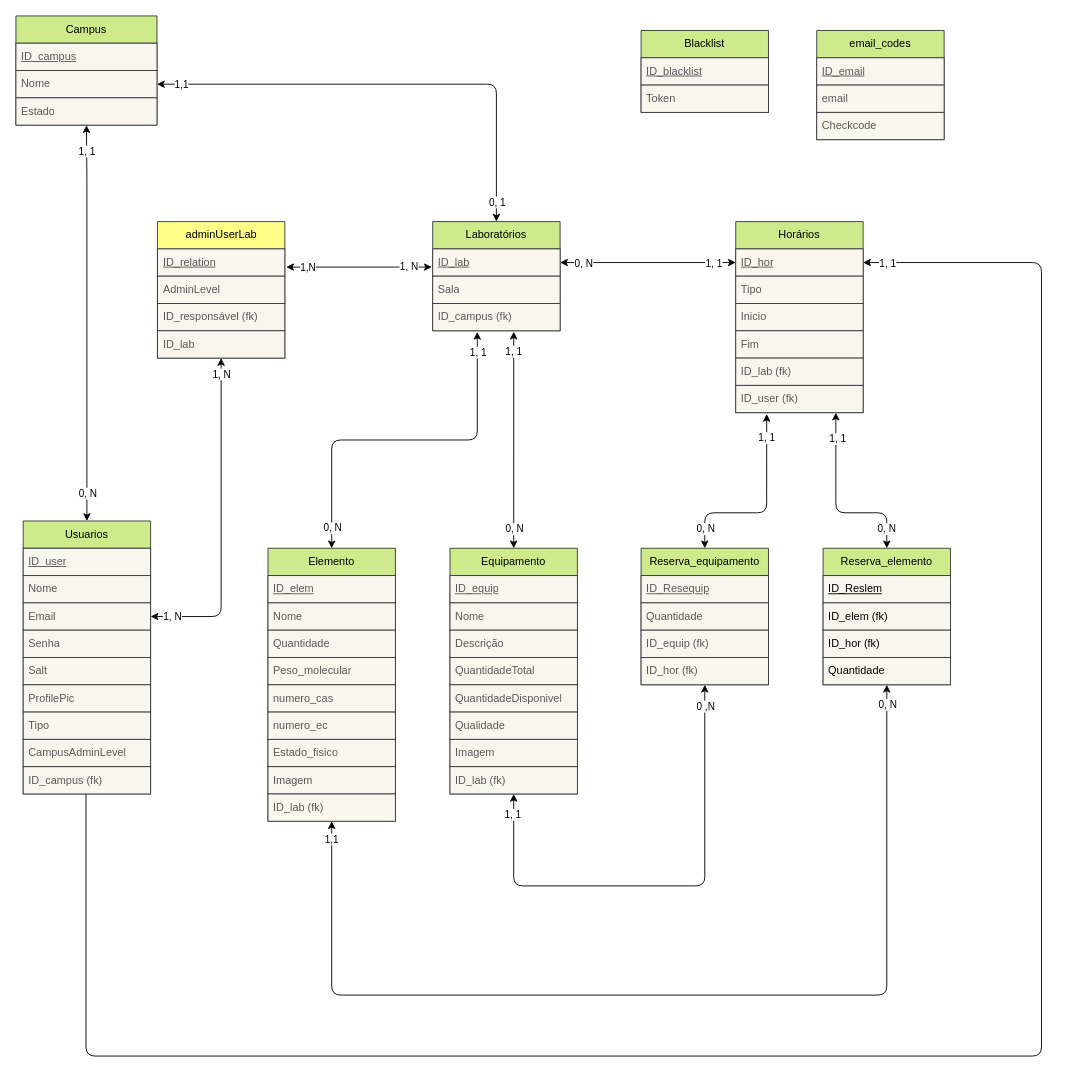
This is database/iflab.drawio from MatheusCamargoGinebro/APIFlab, a draw.io file, before an edit. Source tidied: cells renumbered, new cells numbered last; positions are measured from the earlier drawing's top-left corner, leaving out a move shared by most shapes. Both pictures are drawn from the tidied source at 91%, with x=0, y=0 at pixel (15, 15).
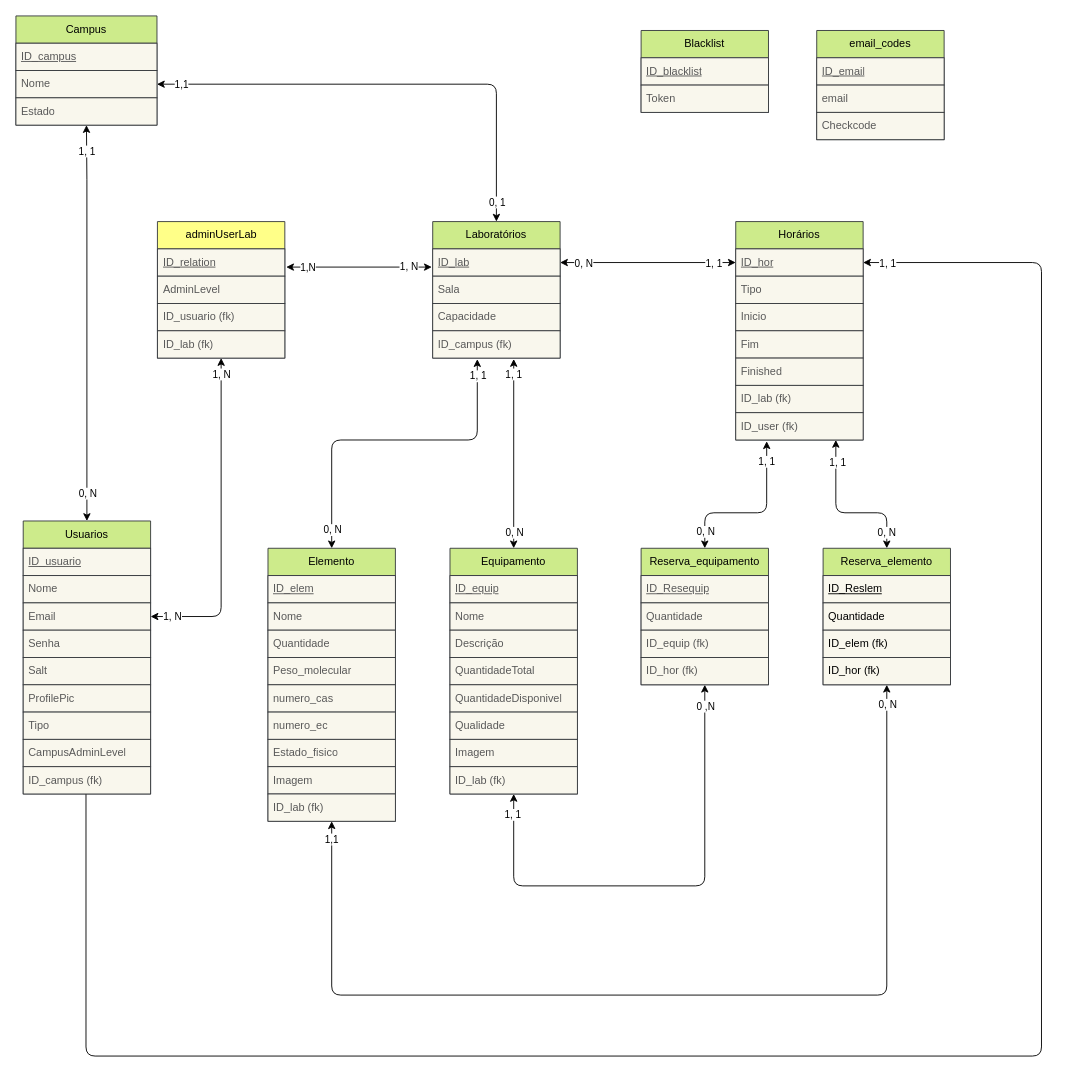
Above is the later version.

Commit message (it also covers changes not shown here):
Add 'Finished' column to reservation table

The change refers to these unchanged cells:
```xml
<mxCell id="8" value="Usuarios" style="swimlane;fontStyle=0;horizontal=1;startSize=30;whiteSpace=wrap;html=1;fillColor=#cdeb8b;strokeColor=#36393d;fontColor=#000000;" parent="1" vertex="1">
  <mxGeometry x="8" y="555" width="140" height="300" as="geometry" />
</mxCell>
<mxCell id="81" value="Reserva_elemento" style="swimlane;fontStyle=0;horizontal=1;startSize=30;whiteSpace=wrap;html=1;fillColor=#cdeb8b;strokeColor=#36393d;fontColor=#000000;" parent="1" vertex="1">
  <mxGeometry x="887" y="585" width="140" height="150" as="geometry" />
</mxCell>
<mxCell id="89" value="adminUserLab" style="swimlane;fontStyle=0;horizontal=1;startSize=30;whiteSpace=wrap;html=1;fillColor=#ffff88;strokeColor=#36393d;fontColor=#000000;" parent="1" vertex="1">
  <mxGeometry x="155.5" y="226" width="140" height="150" as="geometry" />
</mxCell>
```

Change to the diagram source:
```diff
@@
-    <mxCell id="9" value="ID_user" style="text;strokeColor=#36393d;fillColor=#f9f7ed;align=left;verticalAlign=middle;spacingLeft=4;spacingRight=4;overflow=hidden;whiteSpace=wrap;html=1;fontStyle=4;fontColor=#595959;" parent="8" vertex="1">
+    <mxCell id="9" value="ID_usuario" style="text;strokeColor=#36393d;fillColor=#f9f7ed;align=left;verticalAlign=middle;spacingLeft=4;spacingRight=4;overflow=hidden;whiteSpace=wrap;html=1;fontStyle=4;fontColor=#595959;" parent="8" vertex="1">
       <mxGeometry y="30" width="140" height="30" as="geometry" />
     </mxCell>
@@
     <mxCell id="28" value="Laboratórios" style="swimlane;fontStyle=0;horizontal=1;startSize=30;whiteSpace=wrap;html=1;fillColor=#cdeb8b;strokeColor=#36393d;fontColor=#000000;" parent="1" vertex="1">
-      <mxGeometry x="458" y="226" width="140" height="120" as="geometry" />
+      <mxGeometry x="458" y="226" width="140" height="150" as="geometry" />
     </mxCell>
@@
+    <mxCell id="104" value="Capacidade" style="text;strokeColor=#36393d;fillColor=#f9f7ed;align=left;verticalAlign=middle;spacingLeft=4;spacingRight=4;overflow=hidden;whiteSpace=wrap;html=1;fontStyle=0;fontColor=#595959;" parent="28" vertex="1">
+      <mxGeometry y="90" width="140" height="30" as="geometry" />
+    </mxCell>
     <mxCell id="31" value="ID_campus (fk)" style="text;strokeColor=#36393d;fillColor=#f9f7ed;align=left;verticalAlign=middle;spacingLeft=4;spacingRight=4;overflow=hidden;points=[[0,0.5],[1,0.5]];portConstraint=eastwest;whiteSpace=wrap;html=1;fontStyle=0;fontColor=#595959;" parent="28" vertex="1">
-      <mxGeometry y="90" width="140" height="30" as="geometry" />
+      <mxGeometry y="120" width="140" height="30" as="geometry" />
     </mxCell>
@@
     <mxCell id="38" value="Horários" style="swimlane;fontStyle=0;horizontal=1;startSize=30;whiteSpace=wrap;html=1;fillColor=#cdeb8b;strokeColor=#36393d;fontColor=#000000;" parent="1" vertex="1">
-      <mxGeometry x="791" y="226" width="140" height="210" as="geometry" />
+      <mxGeometry x="791" y="226" width="140" height="240" as="geometry" />
     </mxCell>
@@
+    <mxCell id="105" value="Finished" style="text;strokeColor=#36393d;fillColor=#f9f7ed;align=left;verticalAlign=middle;spacingLeft=4;spacingRight=4;overflow=hidden;whiteSpace=wrap;html=1;fontStyle=0;fontColor=#595959;" parent="38" vertex="1">
+      <mxGeometry y="150" width="140" height="30" as="geometry" />
+    </mxCell>
     <mxCell id="43" value="ID_lab (fk)" style="text;strokeColor=#36393d;fillColor=#f9f7ed;align=left;verticalAlign=middle;spacingLeft=4;spacingRight=4;overflow=hidden;whiteSpace=wrap;html=1;fontStyle=0;fontColor=#595959;" parent="38" vertex="1">
-      <mxGeometry y="150" width="140" height="30" as="geometry" />
+      <mxGeometry y="180" width="140" height="30" as="geometry" />
     </mxCell>
     <mxCell id="44" value="ID_user (fk)" style="text;strokeColor=#36393d;fillColor=#f9f7ed;align=left;verticalAlign=middle;spacingLeft=4;spacingRight=4;overflow=hidden;points=[[0,0.5],[1,0.5]];portConstraint=eastwest;whiteSpace=wrap;html=1;fontStyle=0;fontColor=#595959;" parent="38" vertex="1">
-      <mxGeometry y="180" width="140" height="30" as="geometry" />
+      <mxGeometry y="210" width="140" height="30" as="geometry" />
     </mxCell>
@@
+    <mxCell id="85" value="Quantidade" style="text;strokeColor=#36393d;fillColor=#f9f7ed;align=left;verticalAlign=middle;spacingLeft=4;spacingRight=4;overflow=hidden;whiteSpace=wrap;html=1;fontColor=#000000;" parent="81" vertex="1">
+      <mxGeometry y="60" width="140" height="30" as="geometry" />
+    </mxCell>
     <mxCell id="83" value="ID_elem (fk)" style="text;strokeColor=#36393d;fillColor=#f9f7ed;align=left;verticalAlign=middle;spacingLeft=4;spacingRight=4;overflow=hidden;whiteSpace=wrap;html=1;fontColor=#000000;" parent="81" vertex="1">
-      <mxGeometry y="60" width="140" height="30" as="geometry" />
+      <mxGeometry y="90" width="140" height="30" as="geometry" />
     </mxCell>
     <mxCell id="84" value="ID_hor (fk)" style="text;strokeColor=#36393d;fillColor=#f9f7ed;align=left;verticalAlign=middle;spacingLeft=4;spacingRight=4;overflow=hidden;whiteSpace=wrap;html=1;fontColor=#000000;" parent="81" vertex="1">
-      <mxGeometry y="90" width="140" height="30" as="geometry" />
+      <mxGeometry y="120" width="140" height="30" as="geometry" />
     </mxCell>
-    <mxCell id="85" value="Quantidade" style="text;strokeColor=#36393d;fillColor=#f9f7ed;align=left;verticalAlign=middle;spacingLeft=4;spacingRight=4;overflow=hidden;whiteSpace=wrap;html=1;fontColor=#000000;" parent="81" vertex="1">
-      <mxGeometry y="120" width="140" height="30" as="geometry" />
-    </mxCell>
@@
-    <mxCell id="92" value="ID_responsável (fk)" style="text;strokeColor=#36393d;fillColor=#f9f7ed;align=left;verticalAlign=middle;spacingLeft=4;spacingRight=4;overflow=hidden;whiteSpace=wrap;html=1;fontColor=#595959;" parent="89" vertex="1">
+    <mxCell id="92" value="ID_usuario (fk)" style="text;strokeColor=#36393d;fillColor=#f9f7ed;align=left;verticalAlign=middle;spacingLeft=4;spacingRight=4;overflow=hidden;whiteSpace=wrap;html=1;fontColor=#595959;" parent="89" vertex="1">
       <mxGeometry y="90" width="140" height="30" as="geometry" />
     </mxCell>
-    <mxCell id="93" value="ID_lab" style="text;strokeColor=#36393d;fillColor=#f9f7ed;align=left;verticalAlign=middle;spacingLeft=4;spacingRight=4;overflow=hidden;whiteSpace=wrap;html=1;fontColor=#595959;" parent="89" vertex="1">
+    <mxCell id="93" value="ID_lab (fk)" style="text;strokeColor=#36393d;fillColor=#f9f7ed;align=left;verticalAlign=middle;spacingLeft=4;spacingRight=4;overflow=hidden;whiteSpace=wrap;html=1;fontColor=#595959;" parent="89" vertex="1">
       <mxGeometry y="120" width="140" height="30" as="geometry" />
     </mxCell>
```
